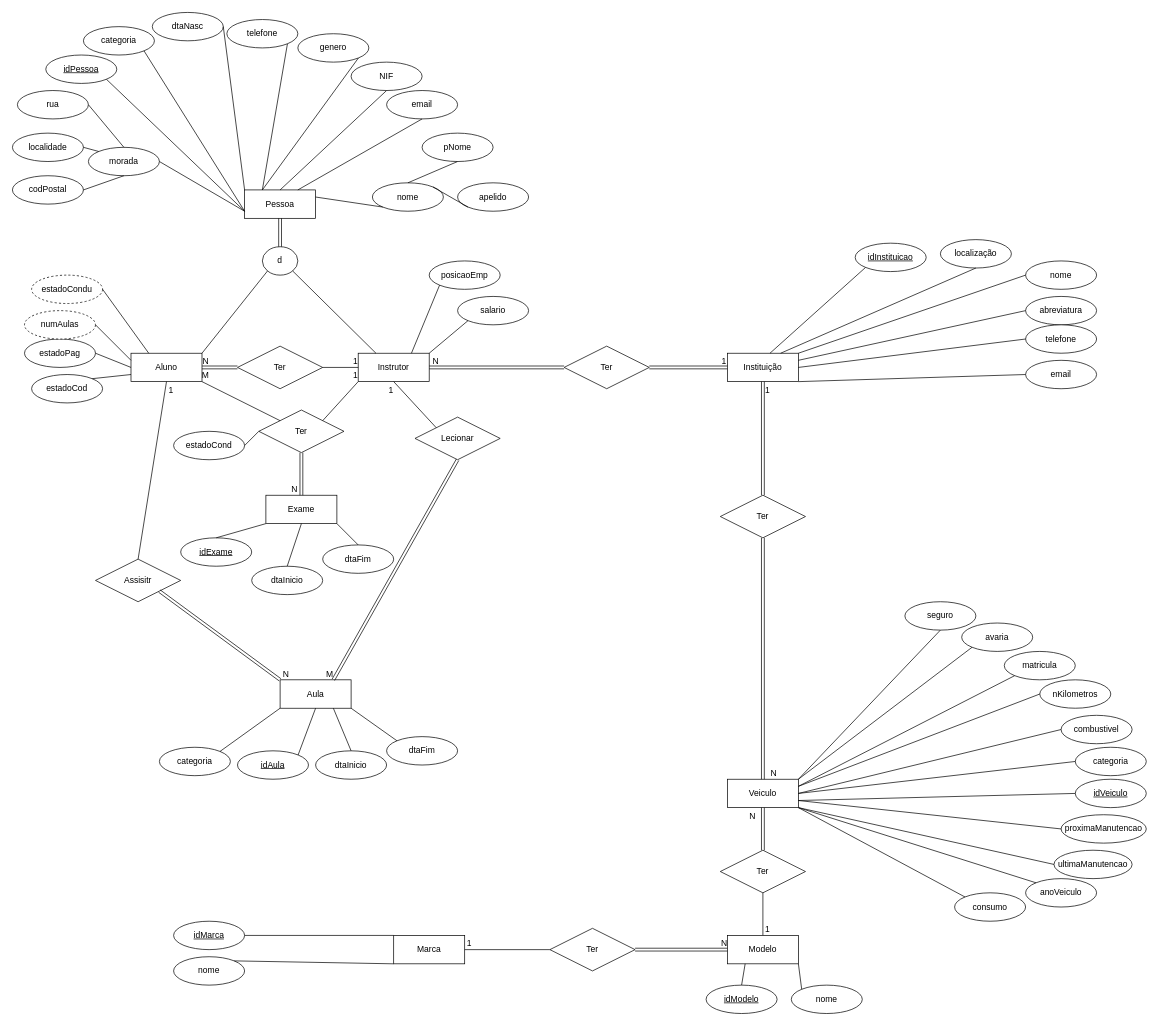
Earlier version of the draw.io diagram IPLDrive.drawio (MarcoPadeiroIPL/ProjetoBD). Source tidied: cells renumbered, new cells numbered last; positions are measured from the earlier drawing's top-left corner, leaving out a move shared by most shapes. Both pictures are drawn from the tidied source at 71%, with x=0, y=0 at pixel (12, 12).
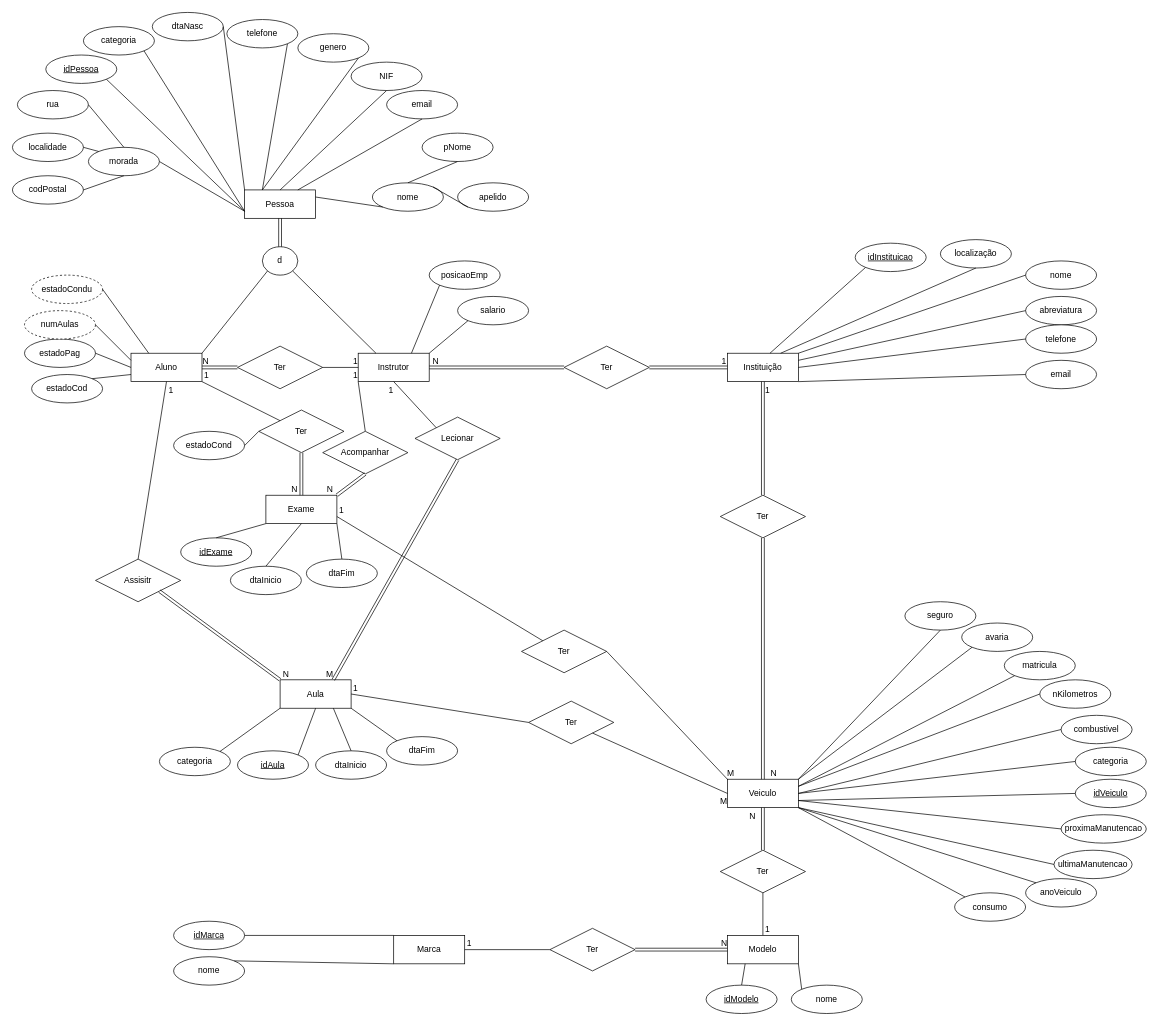
The same page after the edit.

Commit message:
Desenho DER feito

Unchanged cells that the change refers to:
```xml
<mxCell id="3" value="Instrutor" style="whiteSpace=wrap;html=1;align=center;" parent="1" vertex="1">
  <mxGeometry x="487" y="480" width="100" height="40" as="geometry" />
</mxCell>
<mxCell id="4" value="Veiculo" style="whiteSpace=wrap;html=1;align=center;" parent="1" vertex="1">
  <mxGeometry x="1007" y="1080" width="100" height="40" as="geometry" />
</mxCell>
<mxCell id="27" value="Aula" style="whiteSpace=wrap;html=1;align=center;" parent="1" vertex="1">
  <mxGeometry x="377" y="940" width="100" height="40" as="geometry" />
</mxCell>
<mxCell id="43" value="Exame" style="whiteSpace=wrap;html=1;align=center;" parent="1" vertex="1">
  <mxGeometry x="357" y="680" width="100" height="40" as="geometry" />
</mxCell>
<mxCell id="52" value="Ter" style="shape=rhombus;perimeter=rhombusPerimeter;whiteSpace=wrap;html=1;align=center;" parent="1" vertex="1">
  <mxGeometry x="347" y="560" width="120" height="60" as="geometry" />
</mxCell>
<mxCell id="109" style="endArrow=none;html=1;rounded=0;entryX=1;entryY=1;entryDx=0;entryDy=0;exitX=0;exitY=0;exitDx=0;exitDy=0;" parent="1" edge="1" source="52" target="2">
  <mxGeometry relative="1" as="geometry" />
</mxCell>
```

Change to the diagram source:
```diff
@@
     <mxCell id="50" value="dtaInicio" style="ellipse;whiteSpace=wrap;html=1;align=center;" parent="1" vertex="1">
-      <mxGeometry x="337" y="780" width="100" height="40" as="geometry" />
+      <mxGeometry x="307" y="780" width="100" height="40" as="geometry" />
     </mxCell>
     <mxCell id="51" value="dtaFim" style="ellipse;whiteSpace=wrap;html=1;align=center;" parent="1" vertex="1">
-      <mxGeometry x="437" y="750" width="100" height="40" as="geometry" />
+      <mxGeometry x="414" y="770" width="100" height="40" as="geometry" />
     </mxCell>
@@
-    <mxCell id="110" value="M" style="html=1;align=right;verticalAlign=bottom;" parent="109" vertex="1">
+    <mxCell id="110" value="1" style="html=1;align=right;verticalAlign=bottom;" parent="109" vertex="1">
       <mxGeometry x="1" relative="1" as="geometry">
         <mxPoint x="10" as="offset" />
       </mxGeometry>
     </mxCell>
-    <mxCell id="111" style="endArrow=none;html=1;rounded=0;entryX=0;entryY=1;entryDx=0;entryDy=0;exitX=1;exitY=0;exitDx=0;exitDy=0;" parent="1" edge="1" source="52" target="3">
+    <mxCell id="111" style="endArrow=none;html=1;rounded=0;entryX=0;entryY=1;entryDx=0;entryDy=0;exitX=0.5;exitY=0;exitDx=0;exitDy=0;" parent="1" edge="1" source="155" target="3">
       <mxGeometry relative="1" as="geometry" />
     </mxCell>
@@
+    <mxCell id="155" value="Acompanhar" style="shape=rhombus;perimeter=rhombusPerimeter;whiteSpace=wrap;html=1;align=center;" parent="1" vertex="1">
+      <mxGeometry x="437" y="590" width="120" height="60" as="geometry" />
+    </mxCell>
+    <mxCell id="156" style="shape=link;html=1;rounded=0;entryX=1;entryY=0;entryDx=0;entryDy=0;exitX=0.5;exitY=1;exitDx=0;exitDy=0;" parent="1" edge="1" source="155" target="43">
+      <mxGeometry relative="1" as="geometry" />
+    </mxCell>
+    <mxCell id="157" value="N" style="html=1;align=right;verticalAlign=bottom;" parent="156" vertex="1">
+      <mxGeometry x="1" relative="1" as="geometry">
+        <mxPoint x="-5" as="offset" />
+      </mxGeometry>
+    </mxCell>
+    <mxCell id="158" value="Ter" style="shape=rhombus;perimeter=rhombusPerimeter;whiteSpace=wrap;html=1;align=center;" parent="1" vertex="1">
+      <mxGeometry x="717" y="870" width="120" height="60" as="geometry" />
+    </mxCell>
+    <mxCell id="159" value="Ter" style="shape=rhombus;perimeter=rhombusPerimeter;whiteSpace=wrap;html=1;align=center;" parent="1" vertex="1">
+      <mxGeometry x="727" y="970" width="120" height="60" as="geometry" />
+    </mxCell>
+    <mxCell id="160" style="endArrow=none;html=1;rounded=0;entryX=1;entryY=0.75;entryDx=0;entryDy=0;exitX=0;exitY=0;exitDx=0;exitDy=0;" parent="1" edge="1" source="158" target="43">
+      <mxGeometry relative="1" as="geometry" />
+    </mxCell>
+    <mxCell id="161" value="1" style="html=1;align=right;verticalAlign=bottom;" parent="160" vertex="1">
+      <mxGeometry x="1" relative="1" as="geometry">
+        <mxPoint x="10" as="offset" />
+      </mxGeometry>
+    </mxCell>
+    <mxCell id="162" style="endArrow=none;html=1;rounded=0;entryX=0;entryY=0;entryDx=0;entryDy=0;exitX=1;exitY=0.5;exitDx=0;exitDy=0;" parent="1" edge="1" source="158" target="4">
+      <mxGeometry relative="1" as="geometry" />
+    </mxCell>
+    <mxCell id="163" value="M" style="html=1;align=right;verticalAlign=bottom;" parent="162" vertex="1">
+      <mxGeometry x="1" relative="1" as="geometry">
+        <mxPoint x="10" as="offset" />
+      </mxGeometry>
+    </mxCell>
+    <mxCell id="164" style="endArrow=none;html=1;rounded=0;entryX=1;entryY=0.5;entryDx=0;entryDy=0;exitX=0;exitY=0.5;exitDx=0;exitDy=0;" parent="1" edge="1" source="159" target="27">
+      <mxGeometry relative="1" as="geometry" />
+    </mxCell>
+    <mxCell id="165" value="1" style="html=1;align=right;verticalAlign=bottom;" parent="164" vertex="1">
+      <mxGeometry x="1" relative="1" as="geometry">
+        <mxPoint x="10" as="offset" />
+      </mxGeometry>
+    </mxCell>
+    <mxCell id="166" style="endArrow=none;html=1;rounded=0;entryX=0;entryY=0.5;entryDx=0;entryDy=0;exitX=1;exitY=1;exitDx=0;exitDy=0;" parent="1" edge="1" source="159" target="4">
+      <mxGeometry relative="1" as="geometry" />
+    </mxCell>
+    <mxCell id="167" value="M" style="html=1;align=right;verticalAlign=bottom;" parent="166" vertex="1">
+      <mxGeometry x="1" relative="1" as="geometry">
+        <mxPoint y="20" as="offset" />
+      </mxGeometry>
+    </mxCell>
```
